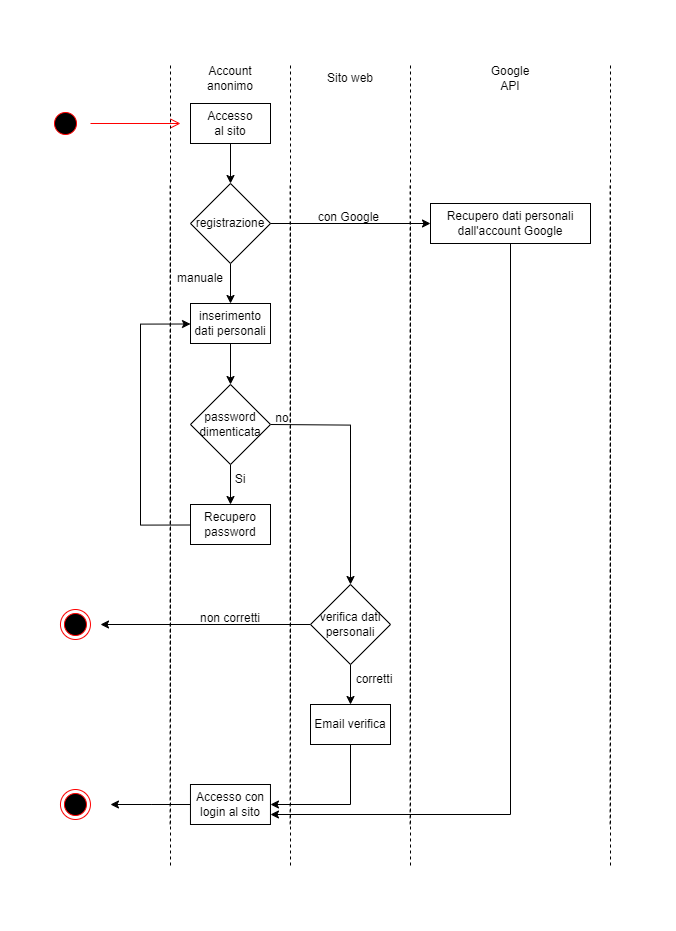
The draw.io diagram D2/img-D2/diagramma_registrazione.png in MountainWonders-G24/Deliverables, before a commit. Source tidied: cells renumbered, new cells last; positions are measured from the earlier drawing's top-left corner, leaving out a move shared by most shapes.
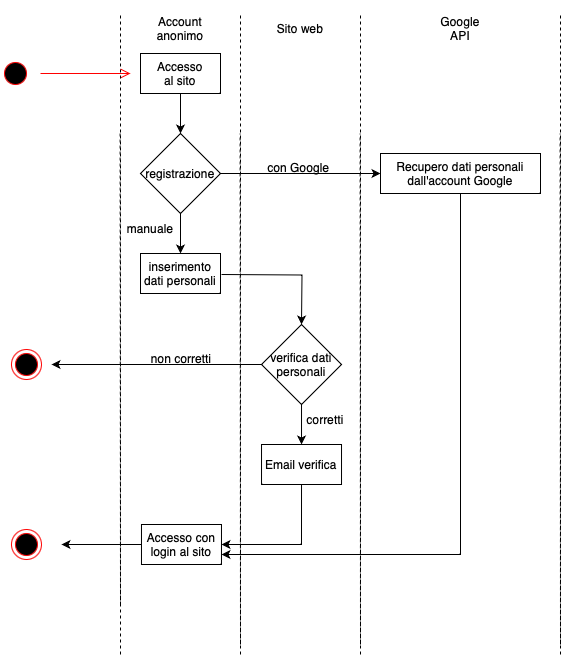
The same file after the commit.

What changed in the source:
```diff
@@ -12,7 +12,7 @@
       </mxGeometry>
     </mxCell>
     <mxCell id="4" style="ellipse;html=1;shape=endState;fillColor=#000000;strokeColor=#ff0000;" parent="1" vertex="1">
-      <mxGeometry x="10" y="726" width="30" height="30" as="geometry" />
+      <mxGeometry x="11" y="516" width="30" height="30" as="geometry" />
     </mxCell>
     <mxCell id="5" style="endArrow=end;dashed=1;endFill=0;endSize=12;html=1;rounded=0;" parent="1" edge="1">
       <mxGeometry relative="1" as="geometry">
@@ -23,177 +23,126 @@
     <mxCell id="6" value="Account&lt;br&gt;anonimo" style="text;html=1;strokeColor=none;fillColor=none;align=center;verticalAlign=middle;whiteSpace=wrap;rounded=0;" parent="1" vertex="1">
       <mxGeometry x="150" width="60" height="30" as="geometry" />
     </mxCell>
-    <mxCell id="7" style="edgeStyle=orthogonalEdgeStyle;rounded=0;jettySize=auto;html=1;" parent="1" edge="1" source="8" target="21">
+    <mxCell id="7" style="edgeStyle=orthogonalEdgeStyle;rounded=0;jettySize=auto;html=1;" parent="1" edge="1" source="8" target="20">
       <mxGeometry relative="1" as="geometry" />
     </mxCell>
     <mxCell id="8" value="Accesso&lt;br&gt;al sito" style="rounded=0;whiteSpace=wrap;html=1;" parent="1" vertex="1">
       <mxGeometry x="140" y="40" width="80" height="40" as="geometry" />
     </mxCell>
-    <mxCell id="9" style="edgeStyle=orthogonalEdgeStyle;rounded=0;jettySize=auto;html=1;" parent="1" edge="1" target="16">
-      <mxGeometry relative="1" as="geometry">
-        <mxPoint x="220" y="361" as="sourcePoint" />
-      </mxGeometry>
+    <mxCell id="9" value="inserimento dati personali" style="rounded=0;whiteSpace=wrap;html=1;" parent="1" vertex="1">
+      <mxGeometry x="140" y="240" width="80" height="40" as="geometry" />
     </mxCell>
-    <mxCell id="10" style="edgeStyle=orthogonalEdgeStyle;rounded=0;jettySize=auto;html=1;" parent="1" edge="1" source="11" target="33">
-      <mxGeometry relative="1" as="geometry" />
+    <mxCell id="10" style="edgeStyle=orthogonalEdgeStyle;rounded=0;orthogonalLoop=1;jettySize=auto;html=1;" parent="1" edge="1">
+      <mxGeometry relative="1" as="geometry">
+        <mxPoint x="221" y="261" as="sourcePoint" />
+        <mxPoint x="301" y="311" as="targetPoint" />
+      </mxGeometry>
     </mxCell>
-    <mxCell id="11" value="inserimento dati personali" style="rounded=0;whiteSpace=wrap;html=1;" parent="1" vertex="1">
-      <mxGeometry x="140" y="240" width="80" height="40" as="geometry" />
+    <mxCell id="11" style="edgeStyle=orthogonalEdgeStyle;rounded=0;jettySize=auto;html=1;entryX=1;entryY=0.5;entryDx=0;entryDy=0;exitX=0.5;exitY=1;exitDx=0;exitDy=0;" parent="1" edge="1" source="31" target="26">
+      <mxGeometry relative="1" as="geometry" />
     </mxCell>
-    <mxCell id="12" style="edgeStyle=orthogonalEdgeStyle;rounded=0;jettySize=auto;html=1;entryX=1;entryY=0.5;entryDx=0;entryDy=0;exitX=0.5;exitY=1;exitDx=0;exitDy=0;" parent="1" edge="1" source="35" target="27">
-      <mxGeometry relative="1" as="geometry" />
+    <mxCell id="12" style="edgeStyle=orthogonalEdgeStyle;rounded=0;jettySize=auto;html=1;exitX=0;exitY=0.5;exitDx=0;exitDy=0;" parent="1" edge="1" source="26">
+      <mxGeometry relative="1" as="geometry">
+        <mxPoint x="61" y="531" as="targetPoint" />
+      </mxGeometry>
     </mxCell>
-    <mxCell id="13" style="edgeStyle=orthogonalEdgeStyle;rounded=0;jettySize=auto;html=1;exitX=0;exitY=0.5;exitDx=0;exitDy=0;" parent="1" edge="1" source="27">
-      <mxGeometry relative="1" as="geometry">
-        <mxPoint x="60" y="741" as="targetPoint" />
-      </mxGeometry>
+    <mxCell id="13" style="edgeStyle=orthogonalEdgeStyle;rounded=0;jettySize=auto;html=1;entryX=0.5;entryY=0;entryDx=0;entryDy=0;" parent="1" edge="1" source="15" target="31">
+      <mxGeometry relative="1" as="geometry" />
     </mxCell>
-    <mxCell id="14" style="edgeStyle=orthogonalEdgeStyle;rounded=0;jettySize=auto;html=1;entryX=0.5;entryY=0;entryDx=0;entryDy=0;" parent="1" edge="1" source="16" target="35">
-      <mxGeometry relative="1" as="geometry" />
+    <mxCell id="14" style="edgeStyle=orthogonalEdgeStyle;rounded=0;jettySize=auto;html=1;exitX=0;exitY=0.5;exitDx=0;exitDy=0;" parent="1" edge="1" source="15">
+      <mxGeometry relative="1" as="geometry">
+        <mxPoint x="51" y="351" as="targetPoint" />
+        <Array as="points">
+          <mxPoint x="51" y="351" />
+        </Array>
+      </mxGeometry>
     </mxCell>
-    <mxCell id="15" style="edgeStyle=orthogonalEdgeStyle;rounded=0;jettySize=auto;html=1;exitX=0;exitY=0.5;exitDx=0;exitDy=0;" parent="1" edge="1" source="16">
-      <mxGeometry relative="1" as="geometry">
-        <mxPoint x="50" y="561" as="targetPoint" />
-        <Array as="points">
-          <mxPoint x="50" y="561" />
-        </Array>
-      </mxGeometry>
+    <mxCell id="15" value="verifica dati personali" style="rhombus;whiteSpace=wrap;html=1;" parent="1" vertex="1">
+      <mxGeometry x="261" y="311" width="80" height="80" as="geometry" />
     </mxCell>
-    <mxCell id="16" value="verifica dati personali" style="rhombus;whiteSpace=wrap;html=1;" parent="1" vertex="1">
-      <mxGeometry x="260" y="521" width="80" height="80" as="geometry" />
+    <mxCell id="16" style="endArrow=end;dashed=1;endFill=0;endSize=12;html=1;rounded=0;" parent="1" edge="1">
+      <mxGeometry relative="1" as="geometry">
+        <mxPoint x="240" y="641" as="sourcePoint" />
+        <mxPoint x="240" as="targetPoint" />
+      </mxGeometry>
     </mxCell>
-    <mxCell id="17" style="endArrow=end;dashed=1;endFill=0;endSize=12;html=1;rounded=0;" parent="1" edge="1">
-      <mxGeometry relative="1" as="geometry">
-        <mxPoint x="240" y="641" as="sourcePoint" />
-        <mxPoint x="240" as="targetPoint" />
-      </mxGeometry>
+    <mxCell id="17" value="Sito web" style="text;html=1;strokeColor=none;fillColor=none;align=center;verticalAlign=middle;whiteSpace=wrap;rounded=0;" parent="1" vertex="1">
+      <mxGeometry x="270" width="60" height="30" as="geometry" />
     </mxCell>
-    <mxCell id="18" value="Sito web" style="text;html=1;strokeColor=none;fillColor=none;align=center;verticalAlign=middle;whiteSpace=wrap;rounded=0;" parent="1" vertex="1">
-      <mxGeometry x="270" width="60" height="30" as="geometry" />
+    <mxCell id="18" style="edgeStyle=orthogonalEdgeStyle;rounded=0;jettySize=auto;html=1;" parent="1" edge="1" source="20" target="9">
+      <mxGeometry relative="1" as="geometry" />
     </mxCell>
-    <mxCell id="19" style="edgeStyle=orthogonalEdgeStyle;rounded=0;jettySize=auto;html=1;" parent="1" edge="1" source="21" target="11">
+    <mxCell id="19" style="edgeStyle=orthogonalEdgeStyle;rounded=0;jettySize=auto;html=1;entryX=0;entryY=0.5;entryDx=0;entryDy=0;" parent="1" edge="1" source="20" target="24">
       <mxGeometry relative="1" as="geometry" />
     </mxCell>
-    <mxCell id="20" style="edgeStyle=orthogonalEdgeStyle;rounded=0;jettySize=auto;html=1;entryX=0;entryY=0.5;entryDx=0;entryDy=0;" parent="1" edge="1" source="21" target="25">
-      <mxGeometry relative="1" as="geometry" />
+    <mxCell id="20" value="registrazione" style="rhombus;whiteSpace=wrap;html=1;" parent="1" vertex="1">
+      <mxGeometry x="140" y="120" width="80" height="80" as="geometry" />
     </mxCell>
-    <mxCell id="21" value="registrazione" style="rhombus;whiteSpace=wrap;html=1;" parent="1" vertex="1">
-      <mxGeometry x="140" y="120" width="80" height="80" as="geometry" />
+    <mxCell id="21" value="manuale" style="text;html=1;strokeColor=none;fillColor=none;align=center;verticalAlign=middle;whiteSpace=wrap;rounded=0;" parent="1" vertex="1">
+      <mxGeometry x="120" y="200" width="60" height="30" as="geometry" />
     </mxCell>
-    <mxCell id="22" value="manuale" style="text;html=1;strokeColor=none;fillColor=none;align=center;verticalAlign=middle;whiteSpace=wrap;rounded=0;" parent="1" vertex="1">
-      <mxGeometry x="120" y="200" width="60" height="30" as="geometry" />
+    <mxCell id="22" style="endArrow=end;dashed=1;endFill=0;endSize=12;html=1;rounded=0;" parent="1" edge="1">
+      <mxGeometry relative="1" as="geometry">
+        <mxPoint x="360" y="641" as="sourcePoint" />
+        <mxPoint x="360" as="targetPoint" />
+      </mxGeometry>
     </mxCell>
-    <mxCell id="23" style="endArrow=end;dashed=1;endFill=0;endSize=12;html=1;rounded=0;" parent="1" edge="1">
-      <mxGeometry relative="1" as="geometry">
-        <mxPoint x="360" y="641" as="sourcePoint" />
-        <mxPoint x="360" as="targetPoint" />
-      </mxGeometry>
+    <mxCell id="23" style="edgeStyle=orthogonalEdgeStyle;rounded=0;jettySize=auto;html=1;entryX=1;entryY=0.75;entryDx=0;entryDy=0;exitX=0.5;exitY=1;exitDx=0;exitDy=0;" parent="1" edge="1" source="24" target="26">
+      <mxGeometry relative="1" as="geometry" />
     </mxCell>
-    <mxCell id="24" style="edgeStyle=orthogonalEdgeStyle;rounded=0;jettySize=auto;html=1;entryX=1;entryY=0.75;entryDx=0;entryDy=0;exitX=0.5;exitY=1;exitDx=0;exitDy=0;" parent="1" edge="1" source="25" target="27">
-      <mxGeometry relative="1" as="geometry" />
+    <mxCell id="24" value="Recupero dati personali dall'account Google" style="rounded=0;whiteSpace=wrap;html=1;" parent="1" vertex="1">
+      <mxGeometry x="380" y="140" width="160" height="40" as="geometry" />
     </mxCell>
-    <mxCell id="25" value="Recupero dati personali dall'account Google" style="rounded=0;whiteSpace=wrap;html=1;" parent="1" vertex="1">
-      <mxGeometry x="380" y="140" width="160" height="40" as="geometry" />
+    <mxCell id="25" value="Google API" style="text;html=1;strokeColor=none;fillColor=none;align=center;verticalAlign=middle;whiteSpace=wrap;rounded=0;" parent="1" vertex="1">
+      <mxGeometry x="430" width="60" height="30" as="geometry" />
     </mxCell>
-    <mxCell id="26" value="Google API" style="text;html=1;strokeColor=none;fillColor=none;align=center;verticalAlign=middle;whiteSpace=wrap;rounded=0;" parent="1" vertex="1">
-      <mxGeometry x="430" width="60" height="30" as="geometry" />
+    <mxCell id="26" value="Accesso con login al sito" style="rounded=0;whiteSpace=wrap;html=1;" parent="1" vertex="1">
+      <mxGeometry x="141" y="511" width="80" height="40" as="geometry" />
     </mxCell>
-    <mxCell id="27" value="Accesso con login al sito" style="rounded=0;whiteSpace=wrap;html=1;" parent="1" vertex="1">
-      <mxGeometry x="140" y="721" width="80" height="40" as="geometry" />
+    <mxCell id="27" style="endArrow=end;dashed=1;endFill=0;endSize=12;html=1;rounded=0;" parent="1" edge="1">
+      <mxGeometry relative="1" as="geometry">
+        <mxPoint x="560" y="641" as="sourcePoint" />
+        <mxPoint x="560" as="targetPoint" />
+      </mxGeometry>
     </mxCell>
-    <mxCell id="28" style="endArrow=end;dashed=1;endFill=0;endSize=12;html=1;rounded=0;" parent="1" edge="1">
-      <mxGeometry relative="1" as="geometry">
-        <mxPoint x="560" y="641" as="sourcePoint" />
-        <mxPoint x="560" as="targetPoint" />
-      </mxGeometry>
+    <mxCell id="28" value="con Google&amp;nbsp;" style="text;html=1;strokeColor=none;fillColor=none;align=center;verticalAlign=middle;whiteSpace=wrap;rounded=0;" parent="1" vertex="1">
+      <mxGeometry x="260" y="139" width="80" height="30" as="geometry" />
     </mxCell>
-    <mxCell id="29" value="con Google&amp;nbsp;" style="text;html=1;strokeColor=none;fillColor=none;align=center;verticalAlign=middle;whiteSpace=wrap;rounded=0;" parent="1" vertex="1">
-      <mxGeometry x="260" y="139" width="80" height="30" as="geometry" />
+    <mxCell id="29" value="corretti" style="text;html=1;strokeColor=none;fillColor=none;align=center;verticalAlign=middle;whiteSpace=wrap;rounded=0;" parent="1" vertex="1">
+      <mxGeometry x="301" y="391" width="48" height="30" as="geometry" />
     </mxCell>
-    <mxCell id="30" value="corretti" style="text;html=1;strokeColor=none;fillColor=none;align=center;verticalAlign=middle;whiteSpace=wrap;rounded=0;" parent="1" vertex="1">
-      <mxGeometry x="300" y="601" width="48" height="30" as="geometry" />
+    <mxCell id="30" value="non corretti" style="text;html=1;strokeColor=none;fillColor=none;align=center;verticalAlign=middle;whiteSpace=wrap;rounded=0;" parent="1" vertex="1">
+      <mxGeometry x="141" y="330" width="80" height="30" as="geometry" />
     </mxCell>
-    <mxCell id="31" value="non corretti" style="text;html=1;strokeColor=none;fillColor=none;align=center;verticalAlign=middle;whiteSpace=wrap;rounded=0;" parent="1" vertex="1">
-      <mxGeometry x="140" y="540" width="80" height="30" as="geometry" />
+    <mxCell id="31" value="Email verifica" style="rounded=0;whiteSpace=wrap;html=1;" parent="1" vertex="1">
+      <mxGeometry x="261" y="431" width="80" height="40" as="geometry" />
     </mxCell>
-    <mxCell id="32" style="edgeStyle=orthogonalEdgeStyle;rounded=0;jettySize=auto;html=1;" parent="1" edge="1" source="33" target="36">
-      <mxGeometry relative="1" as="geometry" />
+    <mxCell id="32" style="ellipse;html=1;shape=endState;fillColor=#000000;strokeColor=#ff0000;" parent="1" vertex="1">
+      <mxGeometry x="11" y="336" width="30" height="30" as="geometry" />
     </mxCell>
-    <mxCell id="33" value="password&lt;br&gt;dimenticata" style="rhombus;whiteSpace=wrap;html=1;" parent="1" vertex="1">
-      <mxGeometry x="140" y="321" width="80" height="80" as="geometry" />
+    <mxCell id="33" style="endArrow=end;dashed=1;endFill=0;endSize=12;html=1;rounded=0;" parent="1" edge="1">
+      <mxGeometry relative="1" as="geometry">
+        <mxPoint x="120" y="591" as="sourcePoint" />
+        <mxPoint x="119.6" y="120" as="targetPoint" />
+      </mxGeometry>
     </mxCell>
-    <mxCell id="34" value="no" style="text;html=1;strokeColor=none;fillColor=none;align=center;verticalAlign=middle;whiteSpace=wrap;rounded=0;" parent="1" vertex="1">
-      <mxGeometry x="217" y="340" width="30" height="30" as="geometry" />
+    <mxCell id="34" style="endArrow=end;dashed=1;endFill=0;endSize=12;html=1;rounded=0;" parent="1" edge="1">
+      <mxGeometry relative="1" as="geometry">
+        <mxPoint x="240" y="631" as="sourcePoint" />
+        <mxPoint x="239.6" y="120" as="targetPoint" />
+      </mxGeometry>
     </mxCell>
-    <mxCell id="35" value="Email verifica" style="rounded=0;whiteSpace=wrap;html=1;" parent="1" vertex="1">
-      <mxGeometry x="260" y="641" width="80" height="40" as="geometry" />
+    <mxCell id="35" style="endArrow=end;dashed=1;endFill=0;endSize=12;html=1;rounded=0;" parent="1" edge="1">
+      <mxGeometry relative="1" as="geometry">
+        <mxPoint x="360" y="631" as="sourcePoint" />
+        <mxPoint x="359.6" y="120" as="targetPoint" />
+      </mxGeometry>
     </mxCell>
-    <mxCell id="36" value="Recupero password" style="whiteSpace=wrap;html=1;" parent="1" vertex="1">
-      <mxGeometry x="140" y="441" width="80" height="40" as="geometry" />
+    <mxCell id="36" style="endArrow=end;dashed=1;endFill=0;endSize=12;html=1;rounded=0;" parent="1" edge="1">
+      <mxGeometry relative="1" as="geometry">
+        <mxPoint x="560" y="631" as="sourcePoint" />
+        <mxPoint x="559.6" y="120" as="targetPoint" />
+      </mxGeometry>
     </mxCell>
-    <mxCell id="37" value="Si" style="text;html=1;strokeColor=none;fillColor=none;align=center;verticalAlign=middle;whiteSpace=wrap;rounded=0;" parent="1" vertex="1">
-      <mxGeometry x="180" y="401" width="20" height="30" as="geometry" />
-    </mxCell>
-    <mxCell id="38" style="ellipse;html=1;shape=endState;fillColor=#000000;strokeColor=#ff0000;" parent="1" vertex="1">
-      <mxGeometry x="10" y="546" width="30" height="30" as="geometry" />
-    </mxCell>
-    <mxCell id="39" style="endArrow=end;dashed=1;endFill=0;endSize=12;html=1;rounded=0;" parent="1" edge="1">
-      <mxGeometry relative="1" as="geometry">
-        <mxPoint x="119.6" y="761" as="sourcePoint" />
-        <mxPoint x="119.6" y="120" as="targetPoint" />
-      </mxGeometry>
-    </mxCell>
-    <mxCell id="40" style="endArrow=end;dashed=1;endFill=0;endSize=12;html=1;rounded=0;" parent="1" edge="1">
-      <mxGeometry relative="1" as="geometry">
-        <mxPoint x="239.6" y="761" as="sourcePoint" />
-        <mxPoint x="239.6" y="120" as="targetPoint" />
-      </mxGeometry>
-    </mxCell>
-    <mxCell id="41" style="endArrow=end;dashed=1;endFill=0;endSize=12;html=1;rounded=0;" parent="1" edge="1">
-      <mxGeometry relative="1" as="geometry">
-        <mxPoint x="359.6" y="761" as="sourcePoint" />
-        <mxPoint x="359.6" y="120" as="targetPoint" />
-      </mxGeometry>
-    </mxCell>
-    <mxCell id="42" style="endArrow=end;dashed=1;endFill=0;endSize=12;html=1;rounded=0;" parent="1" edge="1">
-      <mxGeometry relative="1" as="geometry">
-        <mxPoint x="559.6" y="761" as="sourcePoint" />
-        <mxPoint x="559.6" y="120" as="targetPoint" />
-      </mxGeometry>
-    </mxCell>
-    <mxCell id="43" style="edgeStyle=orthogonalEdgeStyle;rounded=0;orthogonalLoop=1;jettySize=auto;html=1;entryX=0;entryY=0.5;entryDx=0;entryDy=0;exitX=0;exitY=0.5;exitDx=0;exitDy=0;" parent="1" edge="1">
-      <mxGeometry relative="1" as="geometry">
-        <mxPoint x="140" y="461.5" as="sourcePoint" />
-        <mxPoint x="140" y="260.5" as="targetPoint" />
-        <Array as="points">
-          <mxPoint x="90" y="461.5" />
-          <mxPoint x="90" y="260.5" />
-        </Array>
-      </mxGeometry>
-    </mxCell>
-    <mxCell id="44" style="endArrow=end;dashed=1;endFill=0;endSize=12;html=1;rounded=0;" parent="1" edge="1">
-      <mxGeometry relative="1" as="geometry">
-        <mxPoint x="120" y="802" as="sourcePoint" />
-        <mxPoint x="120" y="161" as="targetPoint" />
-      </mxGeometry>
-    </mxCell>
-    <mxCell id="45" style="endArrow=end;dashed=1;endFill=0;endSize=12;html=1;rounded=0;" parent="1" edge="1">
-      <mxGeometry relative="1" as="geometry">
-        <mxPoint x="240" y="802" as="sourcePoint" />
-        <mxPoint x="240" y="161" as="targetPoint" />
-      </mxGeometry>
-    </mxCell>
-    <mxCell id="46" style="endArrow=end;dashed=1;endFill=0;endSize=12;html=1;rounded=0;" parent="1" edge="1">
-      <mxGeometry relative="1" as="geometry">
-        <mxPoint x="360" y="802" as="sourcePoint" />
-        <mxPoint x="360" y="161" as="targetPoint" />
-      </mxGeometry>
-    </mxCell>
-    <mxCell id="47" style="endArrow=end;dashed=1;endFill=0;endSize=12;html=1;rounded=0;" parent="1" edge="1">
-      <mxGeometry relative="1" as="geometry">
-        <mxPoint x="560" y="802" as="sourcePoint" />
-        <mxPoint x="560" y="161" as="targetPoint" />
-      </mxGeometry>
-    </mxCell>
   </root>
 </mxGraphModel>
```
